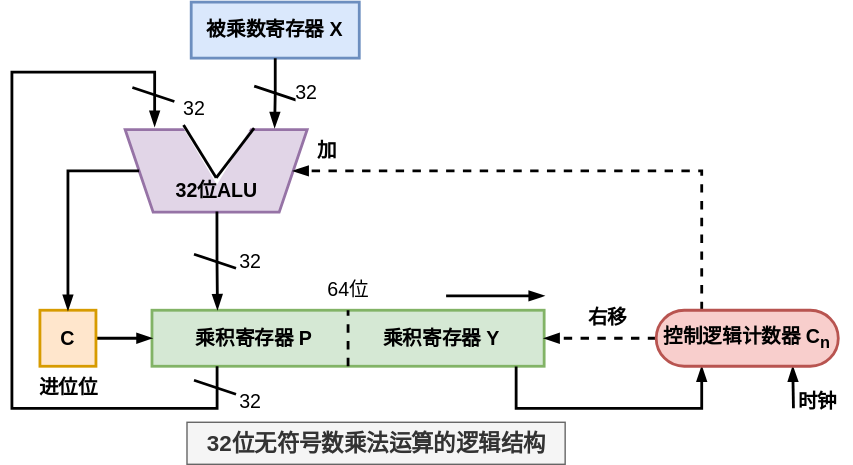
Earlier version of the draw.io export pictures/计算机组成原理-32位无符号数乘法运算电路.drawio.svg (creatern/NoteBook). Source tidied: cells renumbered, new cells last; positions are measured from the earlier drawing's top-left corner, leaving out a move shared by most shapes. Source of this version:
```xml
<mxGraphModel>
  <root>
    <mxCell id="0" />
    <mxCell id="1" parent="0" />
    <mxCell id="2" value="被乘数寄存器 X" style="rounded=0;whiteSpace=wrap;html=1;fontSize=14;fontStyle=1;strokeWidth=2;fillColor=#dae8fc;strokeColor=#6c8ebf;" parent="1" vertex="1">
      <mxGeometry x="128" width="120" height="40" as="geometry" />
    </mxCell>
    <mxCell id="3" value="乘积寄存器 P&amp;nbsp; &amp;nbsp; &amp;nbsp; &amp;nbsp; &amp;nbsp; &amp;nbsp; &amp;nbsp;乘积寄存器 Y" style="rounded=0;whiteSpace=wrap;html=1;fontSize=14;fontStyle=1;strokeWidth=2;fillColor=#d5e8d4;strokeColor=#82b366;" parent="1" vertex="1">
      <mxGeometry x="100" y="220" width="280" height="40" as="geometry" />
    </mxCell>
    <mxCell id="4" style="group;rotation=-180;fontSize=14;" parent="1" vertex="1">
      <mxGeometry x="70" y="91" width="130" height="60" as="geometry" />
    </mxCell>
    <mxCell id="5" style="shape=trapezoid;perimeter=trapezoidPerimeter;whiteSpace=wrap;html=1;fixedSize=1;fontFamily=Helvetica;fontSize=11;strokeWidth=2;rotation=-180;fillColor=#e1d5e7;strokeColor=#9673a6;" parent="4" vertex="1">
      <mxGeometry x="10.8" width="130" height="59" as="geometry" />
    </mxCell>
    <mxCell id="6" style="group;rotation=-360;fontSize=14;" parent="4" vertex="1">
      <mxGeometry x="48.8" y="-1" width="60.1" height="59.5" as="geometry" />
    </mxCell>
    <mxCell id="7" style="triangle;whiteSpace=wrap;html=1;fontFamily=Helvetica;fontSize=11;fontColor=default;rotation=-270;fillColor=#FFFFFF;strokeColor=none;" parent="6" vertex="1">
      <mxGeometry x="6.5" y="-5.9" width="42.2" height="50.2" as="geometry" />
    </mxCell>
    <mxCell id="8" style="endArrow=none;html=1;rounded=0;labelBackgroundColor=default;strokeColor=default;strokeWidth=2;fontFamily=Helvetica;fontSize=11;fontColor=default;shape=connector;entryX=0.703;entryY=-0.021;entryDx=0;entryDy=0;entryPerimeter=0;" parent="6" edge="1">
      <mxGeometry relative="1" as="geometry">
        <mxPoint x="27.1" y="35.4" as="sourcePoint" />
        <mxPoint x="54.2" as="targetPoint" />
      </mxGeometry>
    </mxCell>
    <mxCell id="9" style="endArrow=none;html=1;rounded=0;labelBackgroundColor=default;strokeColor=default;strokeWidth=2;fontFamily=Helvetica;fontSize=11;fontColor=default;shape=connector;entryX=-0.007;entryY=0.975;entryDx=0;entryDy=0;entryPerimeter=0;" parent="6" edge="1" target="7">
      <mxGeometry relative="1" as="geometry">
        <mxPoint x="27.1" y="35.4" as="sourcePoint" />
      </mxGeometry>
    </mxCell>
    <mxCell id="10" value="32位ALU" style="text;html=1;strokeColor=none;fillColor=none;align=center;verticalAlign=middle;whiteSpace=wrap;rounded=0;fontSize=14;fontFamily=Helvetica;fontColor=default;fontStyle=1;" parent="6" vertex="1">
      <mxGeometry x="-4.9" y="30" width="65" height="29.5" as="geometry" />
    </mxCell>
    <mxCell id="11" style="edgeStyle=orthogonalEdgeStyle;rounded=0;jettySize=auto;html=1;exitX=0.5;exitY=1;exitDx=0;exitDy=0;entryX=0.179;entryY=1.025;entryDx=0;entryDy=0;entryPerimeter=0;strokeWidth=2;endArrow=blockThin;endFill=1;" parent="1" edge="1" source="2" target="5">
      <mxGeometry relative="1" as="geometry" />
    </mxCell>
    <mxCell id="12" style="endArrow=none;html=1;rounded=0;strokeColor=default;strokeWidth=2;align=center;verticalAlign=middle;fontFamily=Helvetica;fontSize=11;fontColor=default;labelBackgroundColor=default;" parent="1" edge="1">
      <mxGeometry relative="1" as="geometry">
        <mxPoint x="173" y="60" as="sourcePoint" />
        <mxPoint x="203" y="70" as="targetPoint" />
      </mxGeometry>
    </mxCell>
    <mxCell id="13" value="32" style="text;html=1;align=center;verticalAlign=middle;strokeColor=none;fillColor=none;fontFamily=Helvetica;fontSize=14;fontColor=default;labelBackgroundColor=default;" parent="1" vertex="1">
      <mxGeometry x="190" y="50" width="40" height="30" as="geometry" />
    </mxCell>
    <mxCell id="14" style="endArrow=none;dashed=1;html=1;rounded=0;strokeColor=default;strokeWidth=2;align=center;verticalAlign=middle;fontFamily=Helvetica;fontSize=11;fontColor=default;labelBackgroundColor=default;edgeStyle=orthogonalEdgeStyle;" parent="1" edge="1">
      <mxGeometry relative="1" as="geometry">
        <mxPoint x="240" y="260" as="sourcePoint" />
        <mxPoint x="240" y="220" as="targetPoint" />
      </mxGeometry>
    </mxCell>
    <mxCell id="15" style="edgeStyle=orthogonalEdgeStyle;rounded=0;jettySize=auto;html=1;exitX=0.5;exitY=1;exitDx=0;exitDy=0;entryX=0.167;entryY=-0.012;entryDx=0;entryDy=0;entryPerimeter=0;strokeColor=default;strokeWidth=2;align=center;verticalAlign=middle;fontFamily=Helvetica;fontSize=11;fontColor=default;labelBackgroundColor=default;endArrow=blockThin;endFill=1;" parent="1" edge="1" source="10" target="3">
      <mxGeometry relative="1" as="geometry" />
    </mxCell>
    <mxCell id="16" value="32" style="text;html=1;align=center;verticalAlign=middle;strokeColor=none;fillColor=none;fontFamily=Helvetica;fontSize=14;fontColor=default;labelBackgroundColor=default;" parent="1" vertex="1">
      <mxGeometry x="150" y="170" width="40" height="30" as="geometry" />
    </mxCell>
    <mxCell id="17" style="endArrow=none;html=1;rounded=0;strokeColor=default;strokeWidth=2;align=center;verticalAlign=middle;fontFamily=Helvetica;fontSize=11;fontColor=default;labelBackgroundColor=default;" parent="1" edge="1">
      <mxGeometry relative="1" as="geometry">
        <mxPoint x="130" y="180" as="sourcePoint" />
        <mxPoint x="160" y="190" as="targetPoint" />
      </mxGeometry>
    </mxCell>
    <mxCell id="18" style="edgeStyle=orthogonalEdgeStyle;rounded=0;jettySize=auto;html=1;exitX=1;exitY=0.5;exitDx=0;exitDy=0;entryX=0;entryY=0.5;entryDx=0;entryDy=0;strokeColor=default;strokeWidth=2;align=center;verticalAlign=middle;fontFamily=Helvetica;fontSize=11;fontColor=default;labelBackgroundColor=default;endArrow=blockThin;endFill=1;" parent="1" edge="1" source="19" target="3">
      <mxGeometry relative="1" as="geometry" />
    </mxCell>
    <mxCell id="19" value="C" style="rounded=0;whiteSpace=wrap;html=1;fontSize=14;fontStyle=1;strokeWidth=2;fillColor=#ffe6cc;strokeColor=#d79b00;" parent="1" vertex="1">
      <mxGeometry x="20" y="220" width="40" height="40" as="geometry" />
    </mxCell>
    <mxCell id="20" style="edgeStyle=orthogonalEdgeStyle;rounded=0;jettySize=auto;html=1;exitX=1;exitY=0.5;exitDx=0;exitDy=0;strokeColor=default;strokeWidth=2;align=center;verticalAlign=middle;fontFamily=Helvetica;fontSize=11;fontColor=default;labelBackgroundColor=default;endArrow=blockThin;endFill=1;" parent="1" edge="1" source="5" target="19">
      <mxGeometry relative="1" as="geometry" />
    </mxCell>
    <mxCell id="21" value="64位" style="text;html=1;align=center;verticalAlign=middle;strokeColor=none;fillColor=none;fontFamily=Helvetica;fontSize=14;fontColor=default;labelBackgroundColor=default;" parent="1" vertex="1">
      <mxGeometry x="215" y="190" width="50" height="30" as="geometry" />
    </mxCell>
    <mxCell id="22" style="endArrow=blockThin;html=1;rounded=0;strokeColor=default;strokeWidth=2;align=center;verticalAlign=middle;fontFamily=Helvetica;fontSize=11;fontColor=default;labelBackgroundColor=default;edgeStyle=orthogonalEdgeStyle;endFill=1;" parent="1" edge="1">
      <mxGeometry relative="1" as="geometry">
        <mxPoint x="310" y="209.7" as="sourcePoint" />
        <mxPoint x="380" y="209.7" as="targetPoint" />
      </mxGeometry>
    </mxCell>
    <mxCell id="23" style="edgeStyle=orthogonalEdgeStyle;rounded=0;jettySize=auto;html=1;exitX=0.25;exitY=1;exitDx=0;exitDy=0;strokeColor=default;strokeWidth=2;align=center;verticalAlign=middle;fontFamily=Helvetica;fontSize=11;fontColor=default;labelBackgroundColor=default;endArrow=none;endFill=0;startArrow=blockThin;startFill=1;" parent="1" edge="1" source="27">
      <mxGeometry relative="1" as="geometry">
        <mxPoint x="360" y="260.1" as="targetPoint" />
        <Array as="points">
          <mxPoint x="493" y="290" />
          <mxPoint x="360" y="290" />
        </Array>
      </mxGeometry>
    </mxCell>
    <mxCell id="24" style="edgeStyle=orthogonalEdgeStyle;rounded=0;jettySize=auto;html=1;exitX=0.75;exitY=1;exitDx=0;exitDy=0;strokeColor=default;strokeWidth=2;align=center;verticalAlign=middle;fontFamily=Helvetica;fontSize=11;fontColor=default;labelBackgroundColor=default;endArrow=none;endFill=0;startArrow=blockThin;startFill=1;" parent="1" edge="1" source="27">
      <mxGeometry relative="1" as="geometry">
        <mxPoint x="558" y="290" as="targetPoint" />
      </mxGeometry>
    </mxCell>
    <mxCell id="25" style="edgeStyle=orthogonalEdgeStyle;rounded=0;jettySize=auto;html=1;exitX=0.25;exitY=0;exitDx=0;exitDy=0;entryX=0;entryY=0.5;entryDx=0;entryDy=0;strokeColor=default;strokeWidth=2;align=center;verticalAlign=middle;fontFamily=Helvetica;fontSize=11;fontColor=default;labelBackgroundColor=default;endArrow=blockThin;endFill=1;dashed=1;" parent="1" edge="1" source="27" target="5">
      <mxGeometry relative="1" as="geometry">
        <Array as="points">
          <mxPoint x="492" y="120" />
        </Array>
      </mxGeometry>
    </mxCell>
    <mxCell id="26" style="edgeStyle=orthogonalEdgeStyle;rounded=0;jettySize=auto;html=1;exitX=0;exitY=0.5;exitDx=0;exitDy=0;entryX=1;entryY=0.5;entryDx=0;entryDy=0;strokeColor=default;strokeWidth=2;align=center;verticalAlign=middle;fontFamily=Helvetica;fontSize=11;fontColor=default;labelBackgroundColor=default;endArrow=blockThin;endFill=1;dashed=1;" parent="1" edge="1" source="27" target="3">
      <mxGeometry relative="1" as="geometry" />
    </mxCell>
    <mxCell id="27" value="&lt;b style=&quot;font-size: 14px;&quot;&gt;&lt;font style=&quot;font-size: 14px;&quot;&gt;控制逻辑计数器 C&lt;sub&gt;n&lt;/sub&gt;&lt;/font&gt;&lt;/b&gt;" style="rounded=1;whiteSpace=wrap;html=1;fontFamily=Helvetica;fontSize=14;labelBackgroundColor=none;strokeWidth=2;arcSize=50;fillColor=#f8cecc;strokeColor=#b85450;" parent="1" vertex="1">
      <mxGeometry x="460" y="220" width="130" height="40" as="geometry" />
    </mxCell>
    <mxCell id="28" value="&lt;b&gt;&lt;font style=&quot;font-size: 14px;&quot;&gt;时钟&lt;/font&gt;&lt;/b&gt;" style="text;html=1;align=center;verticalAlign=middle;strokeColor=none;fillColor=none;fontFamily=Helvetica;fontSize=11;fontColor=default;labelBackgroundColor=default;" parent="1" vertex="1">
      <mxGeometry x="550" y="270" width="50" height="30" as="geometry" />
    </mxCell>
    <mxCell id="29" value="&lt;b&gt;&lt;font style=&quot;font-size: 14px;&quot;&gt;加&lt;/font&gt;&lt;/b&gt;" style="text;html=1;align=center;verticalAlign=middle;strokeColor=none;fillColor=none;fontFamily=Helvetica;fontSize=11;fontColor=default;labelBackgroundColor=default;" parent="1" vertex="1">
      <mxGeometry x="205" y="91" width="40" height="30" as="geometry" />
    </mxCell>
    <mxCell id="30" style="edgeStyle=orthogonalEdgeStyle;rounded=0;jettySize=auto;html=1;exitX=0.166;exitY=1;exitDx=0;exitDy=0;entryX=0.838;entryY=1.041;entryDx=0;entryDy=0;entryPerimeter=0;strokeColor=default;strokeWidth=2;align=center;verticalAlign=middle;fontFamily=Helvetica;fontSize=11;fontColor=default;labelBackgroundColor=default;endArrow=blockThin;endFill=1;exitPerimeter=0;" parent="1" edge="1" source="3" target="5">
      <mxGeometry relative="1" as="geometry">
        <Array as="points">
          <mxPoint x="147" y="290" />
          <mxPoint y="290" />
          <mxPoint y="50" />
          <mxPoint x="102" y="50" />
        </Array>
      </mxGeometry>
    </mxCell>
    <mxCell id="31" value="32" style="text;html=1;align=center;verticalAlign=middle;strokeColor=none;fillColor=none;fontFamily=Helvetica;fontSize=14;fontColor=default;labelBackgroundColor=default;" parent="1" vertex="1">
      <mxGeometry x="150" y="270" width="40" height="30" as="geometry" />
    </mxCell>
    <mxCell id="32" style="endArrow=none;html=1;rounded=0;strokeColor=default;strokeWidth=2;align=center;verticalAlign=middle;fontFamily=Helvetica;fontSize=11;fontColor=default;labelBackgroundColor=default;" parent="1" edge="1">
      <mxGeometry relative="1" as="geometry">
        <mxPoint x="130" y="270" as="sourcePoint" />
        <mxPoint x="160" y="280" as="targetPoint" />
      </mxGeometry>
    </mxCell>
    <mxCell id="33" value="32" style="text;html=1;align=center;verticalAlign=middle;strokeColor=none;fillColor=none;fontFamily=Helvetica;fontSize=14;fontColor=default;labelBackgroundColor=default;" parent="1" vertex="1">
      <mxGeometry x="110" y="61" width="40" height="30" as="geometry" />
    </mxCell>
    <mxCell id="34" style="endArrow=none;html=1;rounded=0;strokeColor=default;strokeWidth=2;align=center;verticalAlign=middle;fontFamily=Helvetica;fontSize=11;fontColor=default;labelBackgroundColor=default;" parent="1" edge="1">
      <mxGeometry relative="1" as="geometry">
        <mxPoint x="86" y="61" as="sourcePoint" />
        <mxPoint x="116" y="71" as="targetPoint" />
      </mxGeometry>
    </mxCell>
    <mxCell id="35" value="&lt;b&gt;&lt;font style=&quot;font-size: 14px;&quot;&gt;右移&lt;/font&gt;&lt;/b&gt;" style="text;html=1;align=center;verticalAlign=middle;strokeColor=none;fillColor=none;fontFamily=Helvetica;fontSize=11;fontColor=default;labelBackgroundColor=default;" parent="1" vertex="1">
      <mxGeometry x="400" y="210" width="50" height="30" as="geometry" />
    </mxCell>
    <mxCell id="36" value="&lt;b&gt;&lt;font style=&quot;font-size: 16px;&quot;&gt;32位无符号数乘法运算的逻辑结构&lt;/font&gt;&lt;/b&gt;" style="text;html=1;align=center;verticalAlign=middle;strokeColor=#666666;fillColor=#f5f5f5;fontFamily=Helvetica;fontSize=11;labelBackgroundColor=none;fontColor=#333333;" parent="1" vertex="1">
      <mxGeometry x="125" y="300" width="270" height="30" as="geometry" />
    </mxCell>
    <mxCell id="37" value="进位位" style="text;html=1;align=center;verticalAlign=middle;strokeColor=none;fillColor=none;fontFamily=Helvetica;fontSize=14;fontColor=default;labelBackgroundColor=default;fontStyle=1;" parent="1" vertex="1">
      <mxGeometry x="5" y="260" width="70" height="30" as="geometry" />
    </mxCell>
  </root>
</mxGraphModel>
```
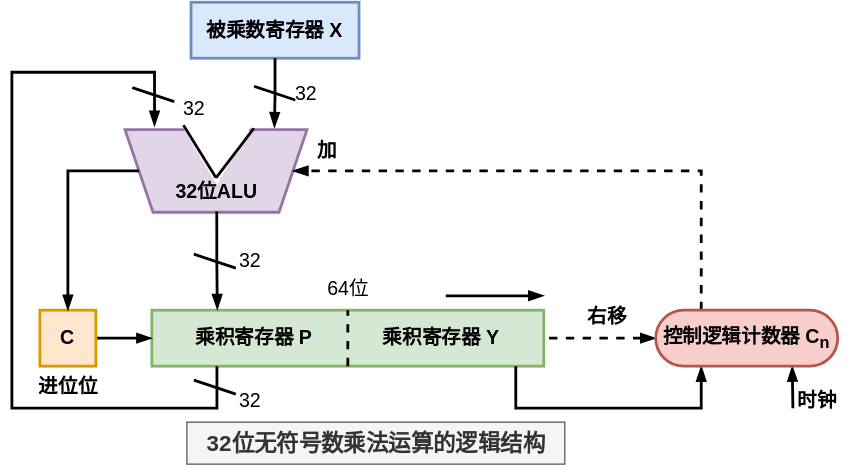
The same diagram one commit later.

The edit, as a diff of the source:
```diff
@@ -103,7 +103,7 @@
         </Array>
       </mxGeometry>
     </mxCell>
-    <mxCell id="26" style="edgeStyle=orthogonalEdgeStyle;rounded=0;jettySize=auto;html=1;exitX=0;exitY=0.5;exitDx=0;exitDy=0;entryX=1;entryY=0.5;entryDx=0;entryDy=0;strokeColor=default;strokeWidth=2;align=center;verticalAlign=middle;fontFamily=Helvetica;fontSize=11;fontColor=default;labelBackgroundColor=default;endArrow=blockThin;endFill=1;dashed=1;" parent="1" edge="1" source="27" target="3">
+    <mxCell id="26" style="edgeStyle=orthogonalEdgeStyle;rounded=0;jettySize=auto;html=1;exitX=0;exitY=0.5;exitDx=0;exitDy=0;entryX=1;entryY=0.5;entryDx=0;entryDy=0;strokeColor=default;strokeWidth=2;align=center;verticalAlign=middle;fontFamily=Helvetica;fontSize=11;fontColor=default;labelBackgroundColor=default;endArrow=none;endFill=0;dashed=1;startArrow=blockThin;startFill=1;" parent="1" edge="1" source="27" target="3">
       <mxGeometry relative="1" as="geometry" />
     </mxCell>
     <mxCell id="27" value="&lt;b style=&quot;font-size: 14px;&quot;&gt;&lt;font style=&quot;font-size: 14px;&quot;&gt;控制逻辑计数器 C&lt;sub&gt;n&lt;/sub&gt;&lt;/font&gt;&lt;/b&gt;" style="rounded=1;whiteSpace=wrap;html=1;fontFamily=Helvetica;fontSize=14;labelBackgroundColor=none;strokeWidth=2;arcSize=50;fillColor=#f8cecc;strokeColor=#b85450;" parent="1" vertex="1">
```
